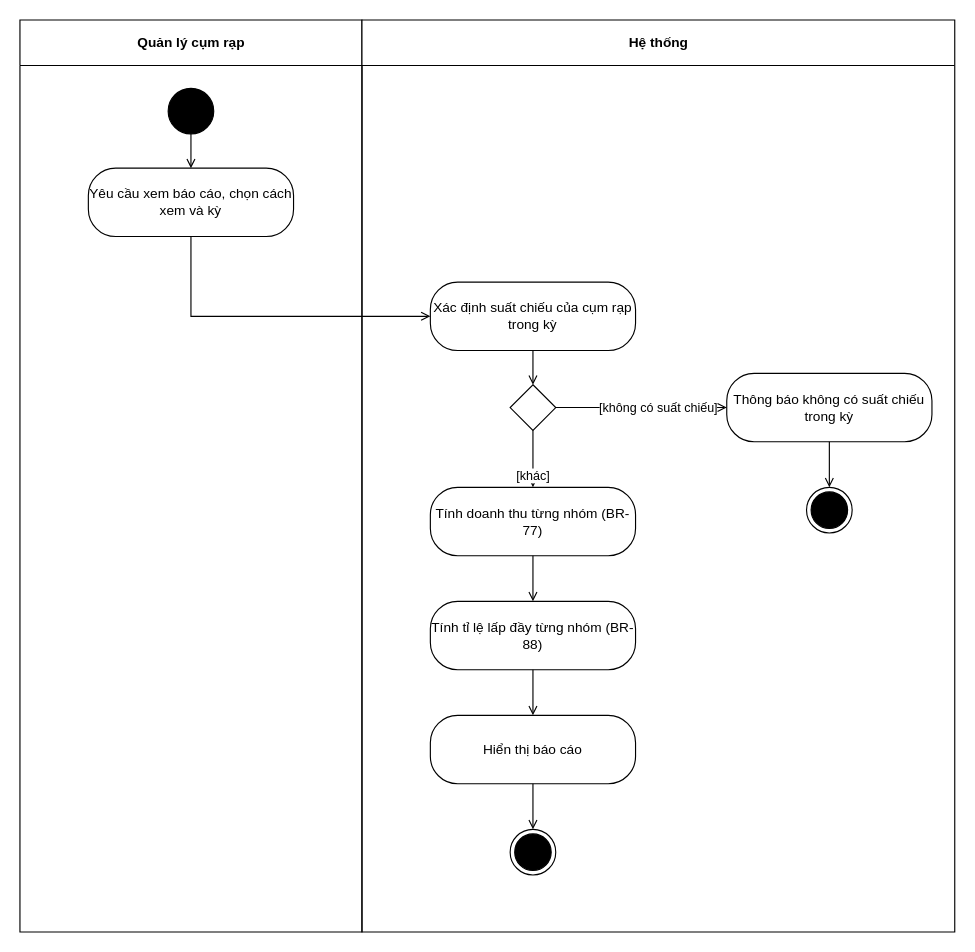
Earlier version of the draw.io diagram design/diagrams/P04-activity-UC-015.drawio (luytbq/app-dat-ve-xem-phim). Source tidied: cells renumbered, new cells numbered last; positions are measured from the earlier drawing's top-left corner, leaving out a move shared by most shapes. Both pictures are drawn from the tidied source at 114%, with x=0, y=0 at pixel (19, 19).
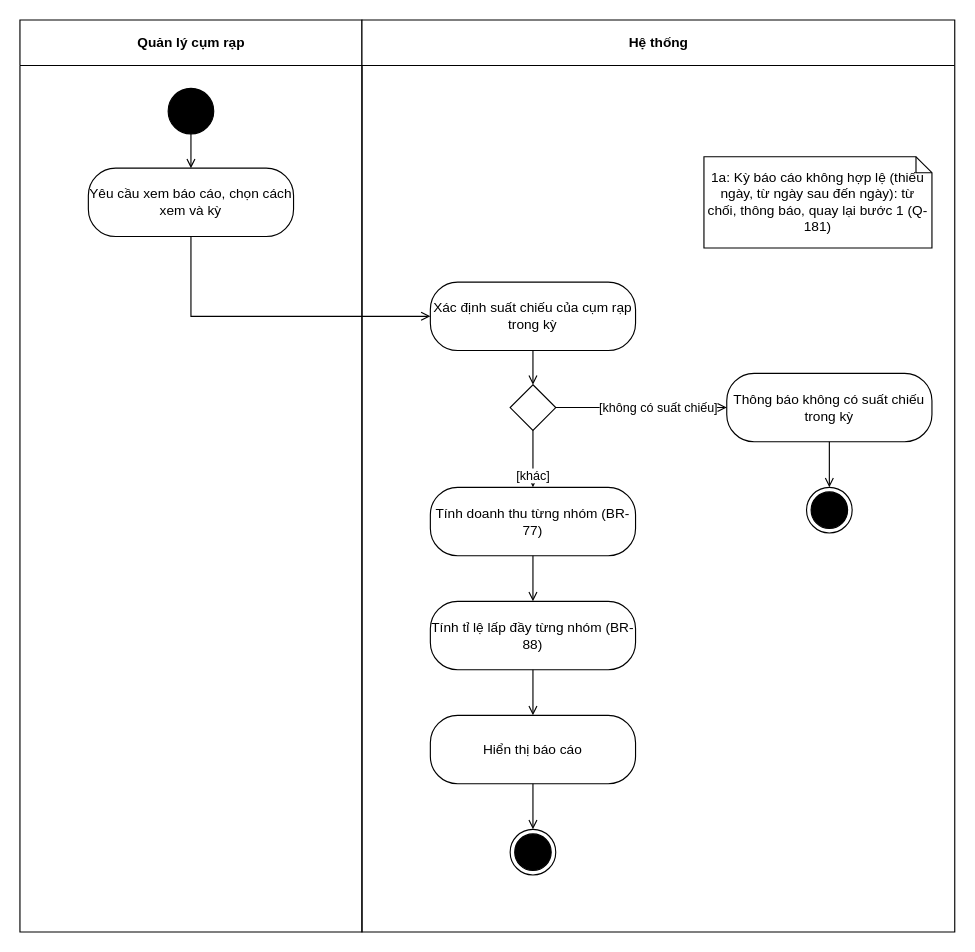
The same page after the edit.

Unchanged cells that the change refers to:
```xml
<mxCell id="3" value="Hệ thống" style="swimlane;html=1;startSize=40;" parent="1" vertex="1">
  <mxGeometry x="300" width="520" height="800" as="geometry" />
</mxCell>
```

The edit, as a diff of the source:
```diff
@@
+    <mxCell id="23" value="1a: Kỳ báo cáo không hợp lệ (thiếu ngày, từ ngày sau đến ngày): từ chối, thông báo, quay lại bước 1 (Q-181)" style="shape=note;whiteSpace=wrap;html=1;size=14;" parent="3" vertex="1">
+      <mxGeometry x="300" y="120" width="200" height="80" as="geometry" />
+    </mxCell>
```
